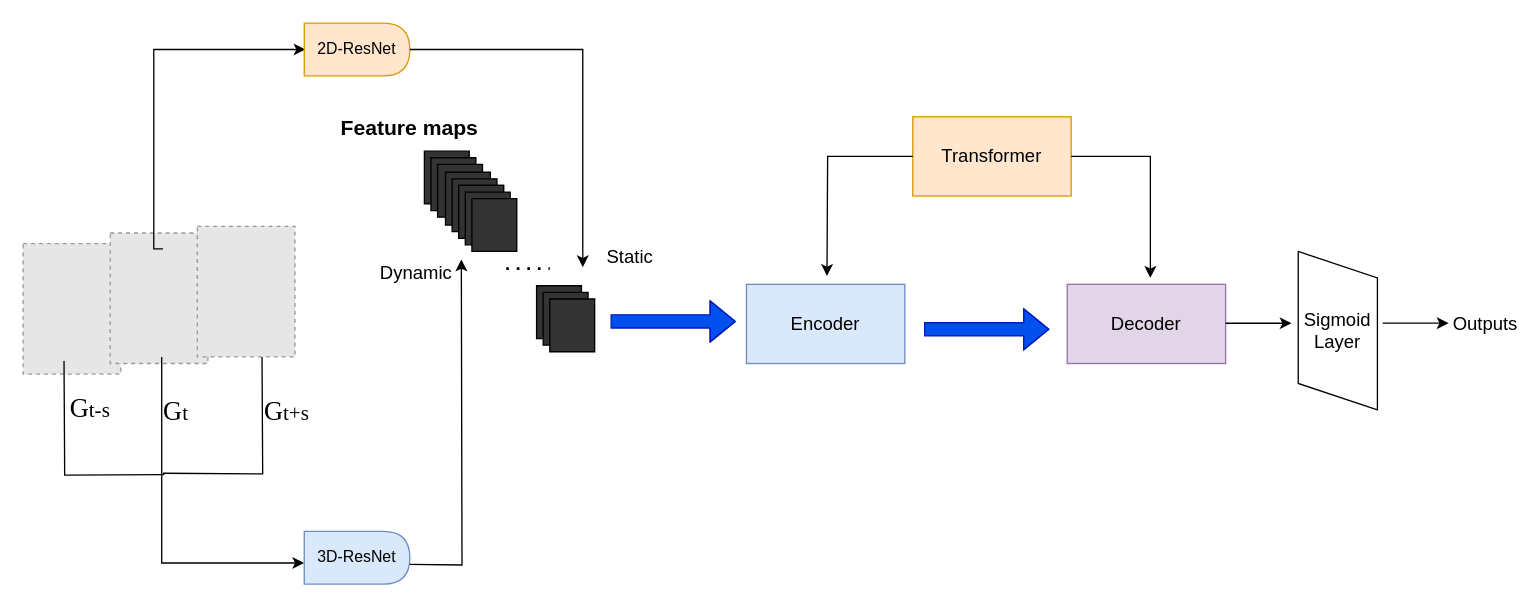
Supltz/AUs_detection_baseline keeps this draw.io diagram as Untitled Diagram.drawio. Above is the earlier version. Source tidied: cells renumbered, new cells numbered last; positions are measured from the earlier drawing's top-left corner, leaving out a move shared by most shapes. Both pictures are drawn from the tidied source at 132%, with x=0, y=0 at pixel (22, 22). Pictures stored in the file or linked from it are replaced by grey dashed boxes.
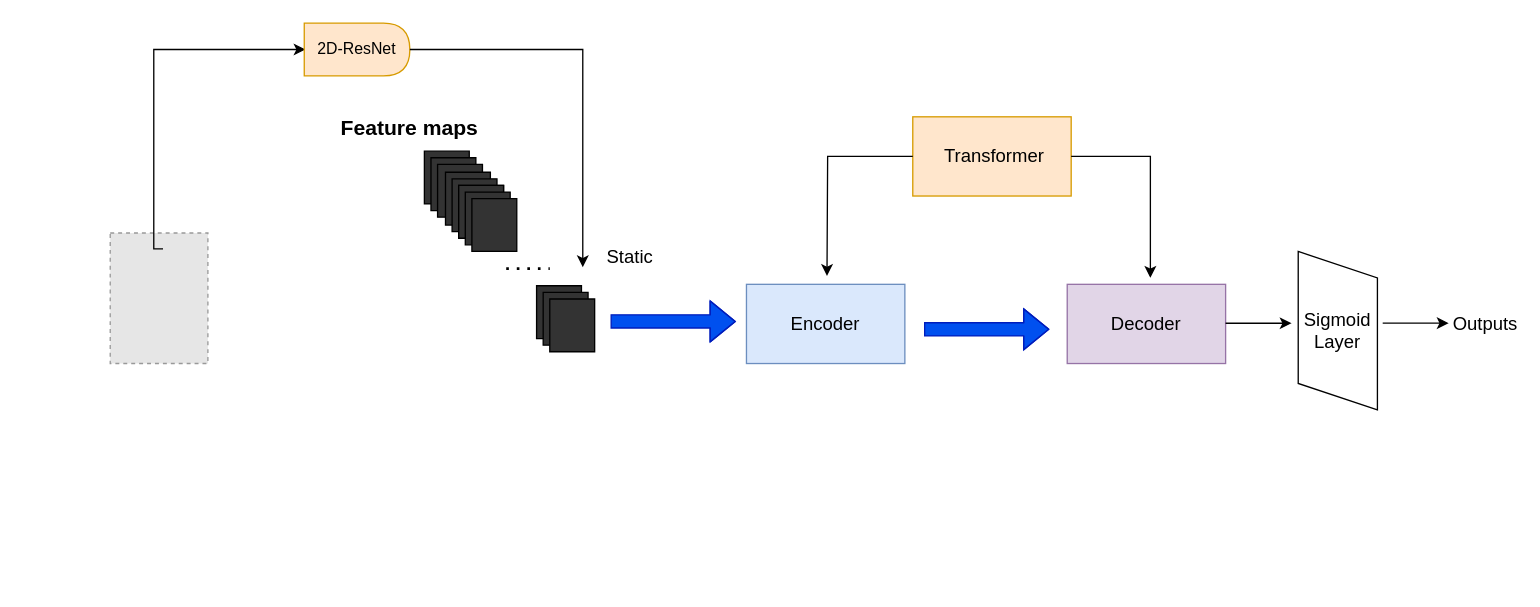
Above is the later version.

Change to the diagram source:
```diff
@@
-    <mxCell id="2" style="fillColor=#E6E6E6;strokeColor=#999999;dashed=1;verticalLabelPosition=bottom;labelBackgroundColor=#ffffff;verticalAlign=top;" parent="1" vertex="1">
-      <mxGeometry y="167" width="74" height="98.9" as="geometry" />
-    </mxCell>
@@
-    <mxCell id="5" style="fillColor=#E6E6E6;strokeColor=#999999;dashed=1;verticalLabelPosition=bottom;labelBackgroundColor=#ffffff;verticalAlign=top;" parent="1" vertex="1">
-      <mxGeometry x="132" y="154" width="74" height="98.9" as="geometry" />
-    </mxCell>
-    <mxCell id="6" value="&lt;font style=&quot;font-size: 20px&quot;&gt;G&lt;/font&gt;&lt;font style=&quot;font-size: 16px&quot;&gt;t&lt;/font&gt;" style="text;html=1;strokeColor=none;fillColor=none;align=center;verticalAlign=middle;whiteSpace=wrap;rounded=0;shadow=1;fontFamily=Times New Roman;" parent="1" vertex="1">
-      <mxGeometry x="89" y="269.5" width="54" height="47" as="geometry" />
-    </mxCell>
-    <mxCell id="7" value="&lt;font style=&quot;font-size: 20px&quot;&gt;G&lt;/font&gt;&lt;font style=&quot;font-size: 16px&quot;&gt;t-s&lt;/font&gt;" style="text;html=1;strokeColor=none;fillColor=none;align=center;verticalAlign=middle;whiteSpace=wrap;rounded=0;shadow=1;fontFamily=Times New Roman;" parent="1" vertex="1">
-      <mxGeometry x="24" y="278" width="54" height="26" as="geometry" />
-    </mxCell>
-    <mxCell id="8" value="&lt;font style=&quot;font-size: 20px&quot;&gt;G&lt;/font&gt;&lt;font style=&quot;font-size: 16px&quot;&gt;t+s&lt;/font&gt;" style="text;html=1;strokeColor=none;fillColor=none;align=center;verticalAlign=middle;whiteSpace=wrap;rounded=0;shadow=1;fontFamily=Times New Roman;" parent="1" vertex="1">
-      <mxGeometry x="173" y="280" width="54" height="26" as="geometry" />
-    </mxCell>
@@
-    <mxCell id="11" style="edgeStyle=segmentEdgeStyle;endArrow=classic;html=1;rounded=0;" parent="1" edge="1">
-      <mxGeometry relative="1" as="geometry">
-        <mxPoint x="105" y="253" as="sourcePoint" />
-        <mxPoint x="213" y="409" as="targetPoint" />
-        <Array as="points">
-          <mxPoint x="105" y="253" />
-          <mxPoint x="105" y="409" />
-        </Array>
-      </mxGeometry>
-    </mxCell>
-    <mxCell id="12" style="endArrow=none;html=1;rounded=0;edgeStyle=orthogonalEdgeStyle;" parent="1" edge="1">
-      <mxGeometry relative="1" as="geometry">
-        <mxPoint x="106" y="341" as="sourcePoint" />
-        <mxPoint x="181" y="252.9" as="targetPoint" />
-      </mxGeometry>
-    </mxCell>
-    <mxCell id="13" style="endArrow=none;html=1;rounded=0;edgeStyle=orthogonalEdgeStyle;" parent="1" edge="1">
-      <mxGeometry relative="1" as="geometry">
-        <mxPoint x="107" y="342" as="sourcePoint" />
-        <mxPoint x="31" y="256" as="targetPoint" />
-      </mxGeometry>
-    </mxCell>
-    <mxCell id="14" value="3D-ResNet" style="shape=delay;whiteSpace=wrap;html=1;fillColor=#dae8fc;strokeColor=#6c8ebf;" parent="1" vertex="1">
-      <mxGeometry x="213" y="385" width="80" height="40" as="geometry" />
-    </mxCell>
@@
-    <mxCell id="16" value="Dynamic" style="text;html=1;strokeColor=none;fillColor=none;align=center;verticalAlign=middle;whiteSpace=wrap;rounded=0;fontSize=14;" parent="1" vertex="1">
-      <mxGeometry x="278" y="179" width="40" height="20" as="geometry" />
-    </mxCell>
@@
-    <mxCell id="24" style="endArrow=classic;html=1;rounded=0;edgeStyle=orthogonalEdgeStyle;fontSize=14;" parent="1" edge="1">
-      <mxGeometry relative="1" as="geometry">
-        <mxPoint x="293" y="410" as="sourcePoint" />
-        <mxPoint x="332" y="179" as="targetPoint" />
-      </mxGeometry>
-    </mxCell>
@@
-    <mxCell id="29" value="Transformer" style="rounded=0;whiteSpace=wrap;html=1;fontSize=14;fillColor=#ffe6cc;strokeColor=#d79b00;" parent="1" vertex="1">
+    <mxCell id="29" value="&amp;nbsp;Transformer" style="rounded=0;whiteSpace=wrap;html=1;fontSize=14;fillColor=#ffe6cc;strokeColor=#d79b00;" parent="1" vertex="1">
       <mxGeometry x="674" y="71" width="120" height="60" as="geometry" />
     </mxCell>
```
